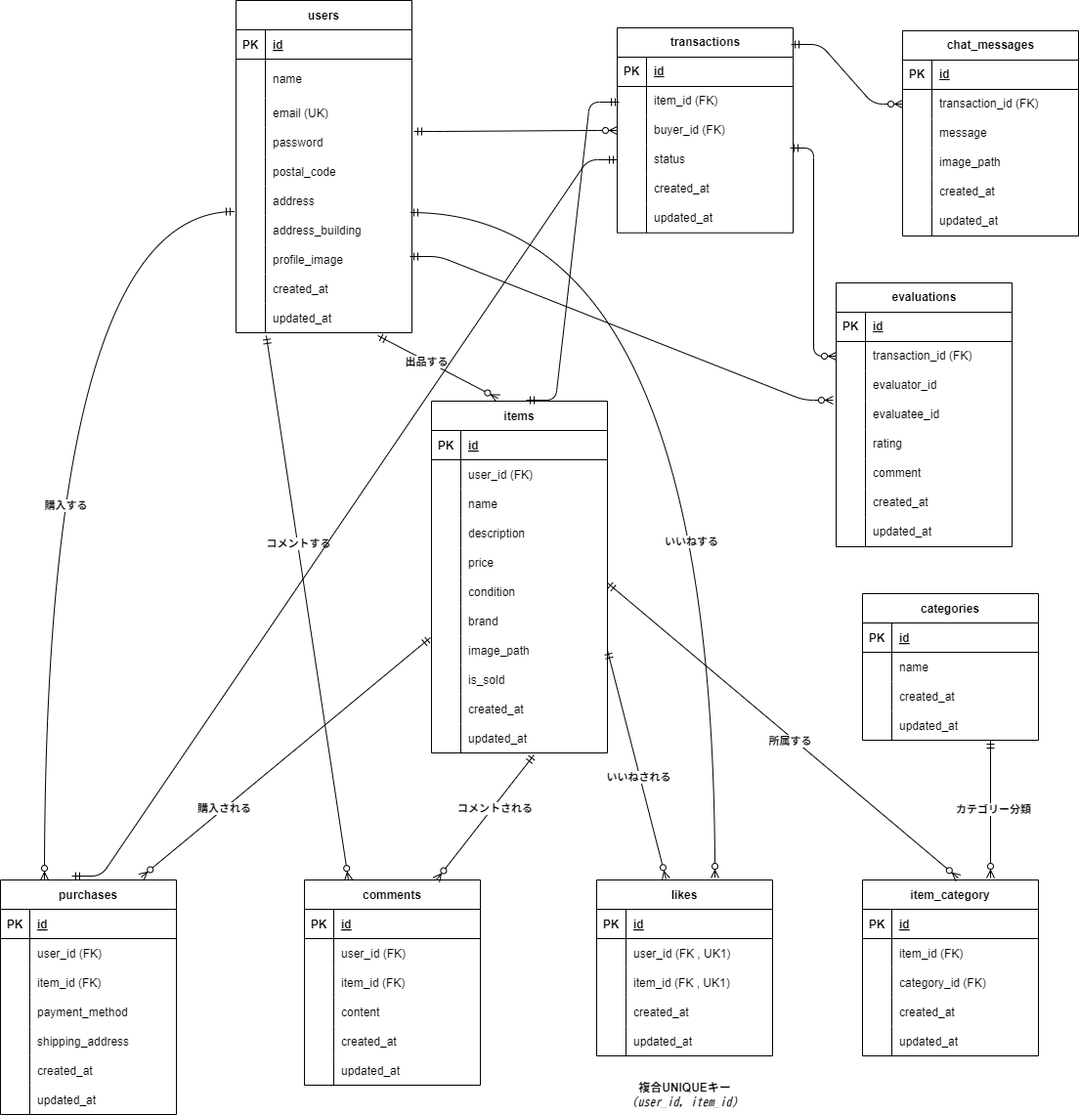
Above: ER.drawio.png in shimodum/mock-project-flea-market-app (draw.io), before the change. Source tidied: cells renumbered, new cells last; positions are measured from the earlier drawing's top-left corner, leaving out a move shared by most shapes.
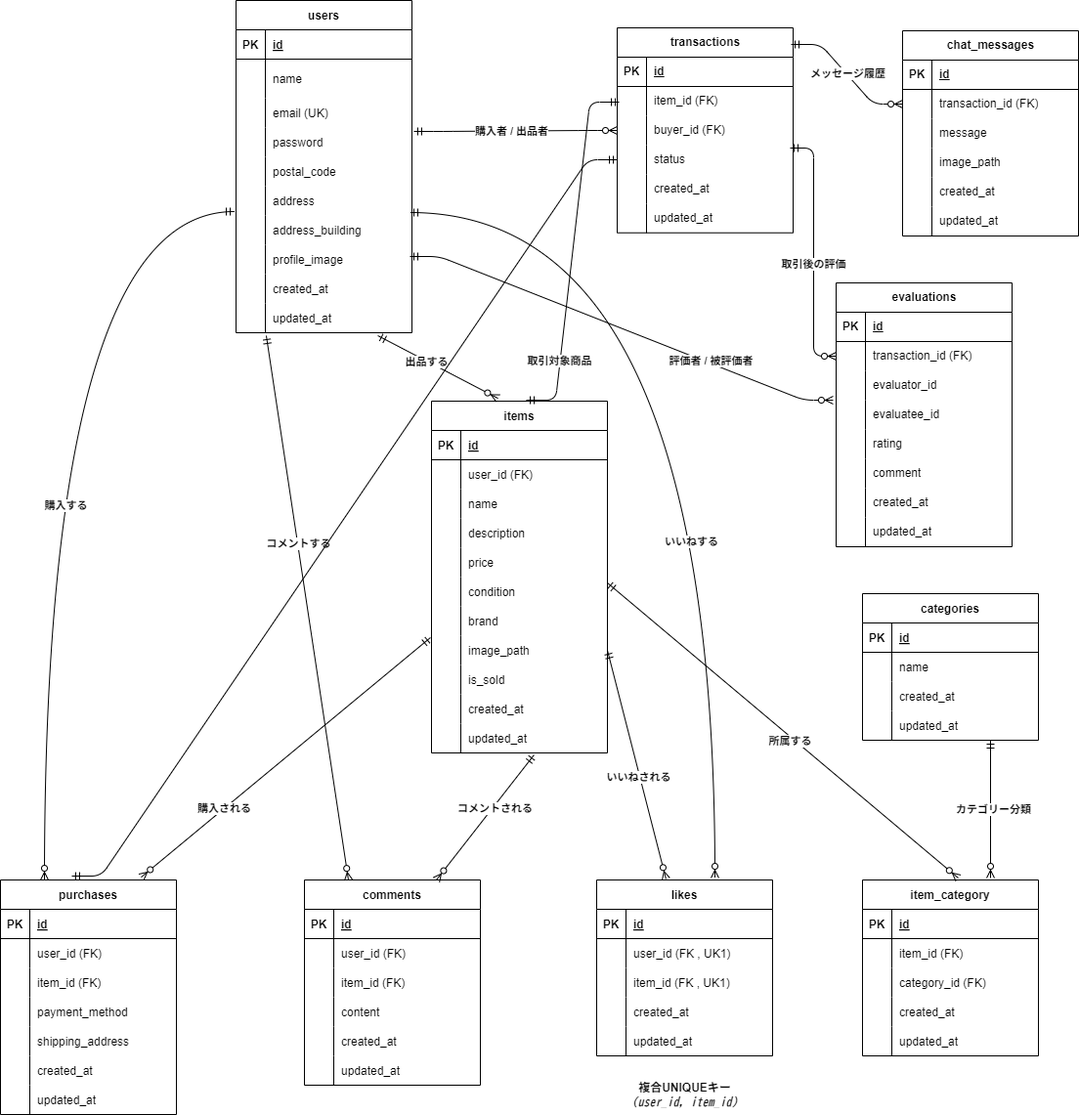
The same diagram one commit later.

The edit, as a diff of the source:
```diff
@@ -726,12 +726,18 @@
     <mxCell id="235" style="edgeStyle=entityRelationEdgeStyle;fontSize=12;html=1;endArrow=ERzeroToMany;startArrow=ERmandOne;entryX=0;entryY=0.5;entryDx=0;entryDy=0;exitX=1.011;exitY=0.133;exitDx=0;exitDy=0;exitPerimeter=0;" parent="1" edge="1" source="53" target="179">
       <mxGeometry relative="1" as="geometry" />
     </mxCell>
+    <mxCell id="241" value="&lt;b&gt;購入者 / 出品者&lt;/b&gt;" style="edgeLabel;html=1;align=center;verticalAlign=middle;" parent="235" vertex="1">
+      <mxGeometry x="-0.04" relative="1" as="geometry" />
+    </mxCell>
     <mxCell id="236" style="fontSize=12;html=1;endArrow=ERmandOne;startArrow=ERmandOne;elbow=vertical;edgeStyle=entityRelationEdgeStyle;" parent="1" edge="1">
       <mxGeometry relative="1" as="geometry">
         <mxPoint x="538" y="434" as="sourcePoint" />
         <mxPoint x="633" y="129" as="targetPoint" />
       </mxGeometry>
     </mxCell>
+    <mxCell id="242" value="&lt;b&gt;取引対象商品&lt;/b&gt;" style="edgeLabel;html=1;align=center;verticalAlign=middle;" parent="236" vertex="1">
+      <mxGeometry x="-0.61" y="1" relative="1" as="geometry" />
+    </mxCell>
     <mxCell id="237" style="edgeStyle=entityRelationEdgeStyle;fontSize=12;html=1;endArrow=ERzeroToMany;startArrow=ERmandOne;entryX=0;entryY=0.5;entryDx=0;entryDy=0;" parent="1" edge="1" target="195">
       <mxGeometry relative="1" as="geometry">
         <mxPoint x="809" y="70" as="sourcePoint" />
@@ -741,20 +747,33 @@
         </Array>
       </mxGeometry>
     </mxCell>
+    <mxCell id="243" value="&lt;b&gt;メッセージ履歴&lt;/b&gt;" style="edgeLabel;html=1;align=center;verticalAlign=middle;" parent="237" vertex="1">
+      <mxGeometry x="-0.02" y="1" relative="1" as="geometry" />
+    </mxCell>
     <mxCell id="238" style="edgeStyle=entityRelationEdgeStyle;fontSize=12;html=1;endArrow=ERmandOne;startArrow=ERmandOne;entryX=0;entryY=0.5;entryDx=0;entryDy=0;" parent="1" edge="1" target="182">
       <mxGeometry relative="1" as="geometry">
         <mxPoint x="73" y="921" as="sourcePoint" />
       </mxGeometry>
     </mxCell>
-    <mxCell id="239" style="edgeStyle=elbowEdgeStyle;fontSize=12;html=1;endArrow=ERzeroToMany;startArrow=ERmandOne;entryX=0;entryY=0.5;entryDx=0;entryDy=0;" parent="1" edge="1" target="214">
+    <mxCell id="239" style="edgeStyle=elbowEdgeStyle;fontSize=12;html=1;endArrow=ERzeroToMany;startArrow=ERmandOne;entryX=0;entryY=0.5;entryDx=0;entryDy=0;elbow=horizontal;" parent="1" edge="1" target="214">
       <mxGeometry relative="1" as="geometry">
         <mxPoint x="808" y="176" as="sourcePoint" />
       </mxGeometry>
     </mxCell>
+    <mxCell id="244" value="&lt;b&gt;取引後の評価&lt;/b&gt;" style="edgeLabel;html=1;align=center;verticalAlign=middle;" parent="239" vertex="1">
+      <mxGeometry x="-0.08" y="-1" relative="1" as="geometry">
+        <mxPoint y="23" as="offset" />
+      </mxGeometry>
+    </mxCell>
     <mxCell id="240" style="edgeStyle=entityRelationEdgeStyle;fontSize=12;html=1;endArrow=ERzeroToMany;startArrow=ERmandOne;entryX=-0.017;entryY=0;entryDx=0;entryDy=0;entryPerimeter=0;" parent="1" edge="1" target="220">
       <mxGeometry relative="1" as="geometry">
         <mxPoint x="419" y="287" as="sourcePoint" />
       </mxGeometry>
     </mxCell>
+    <mxCell id="245" value="&lt;b&gt;評価者 / 被評価者&lt;/b&gt;" style="edgeLabel;html=1;align=center;verticalAlign=middle;" parent="240" vertex="1">
+      <mxGeometry x="0.27" y="1" relative="1" as="geometry">
+        <mxPoint x="32" y="11" as="offset" />
+      </mxGeometry>
+    </mxCell>
   </root>
 </mxGraphModel>
```
